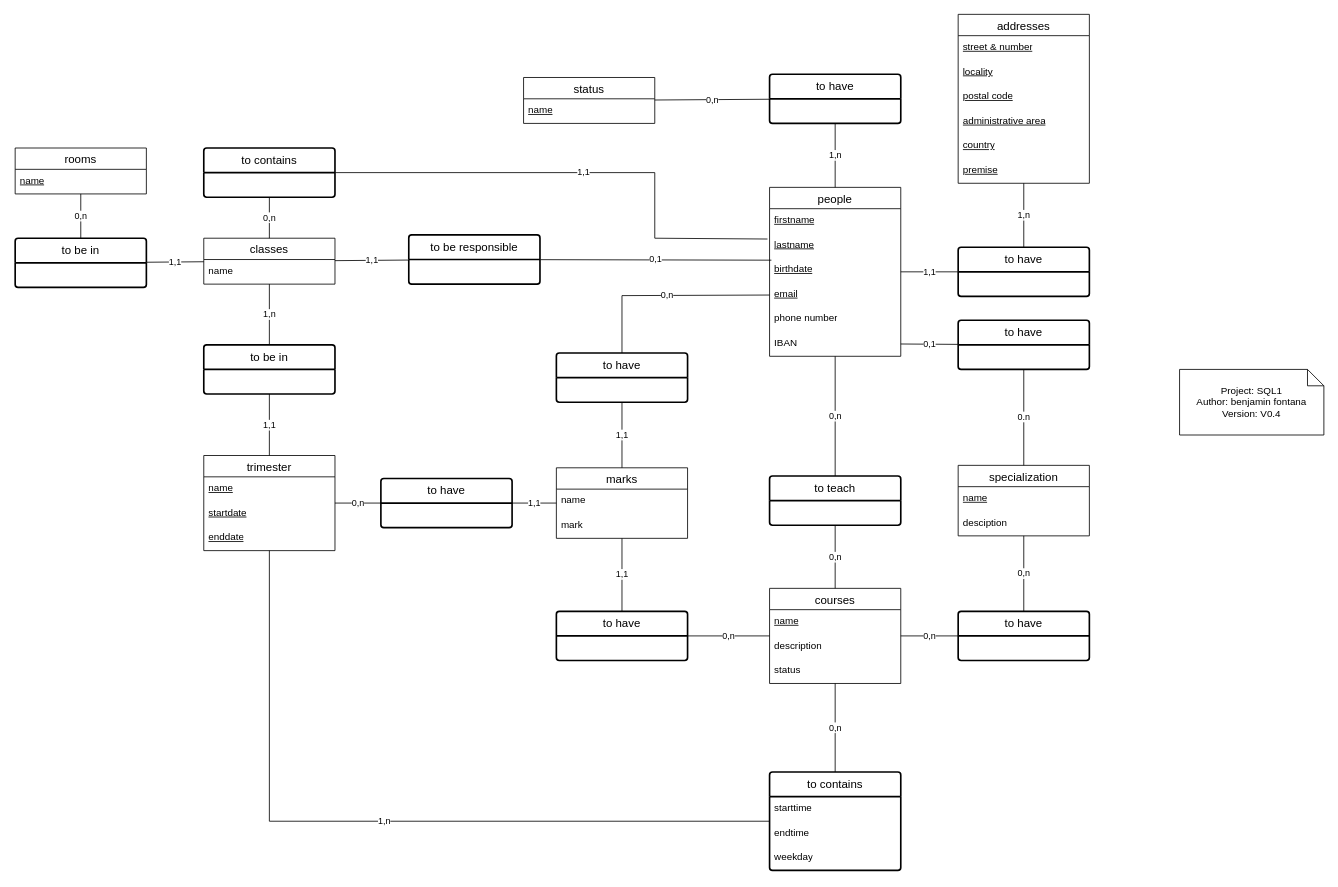
The draw.io diagram SQL1_MCD_FONTANA_Benjamin.drawio in R0kkxSynetique/SQL1, before the edit. Source tidied: cells renumbered, new cells numbered last; positions are measured from the earlier drawing's top-left corner, leaving out a move shared by most shapes. Both pictures are drawn from the tidied source at 82%, with x=0, y=0 at pixel (15, 14).
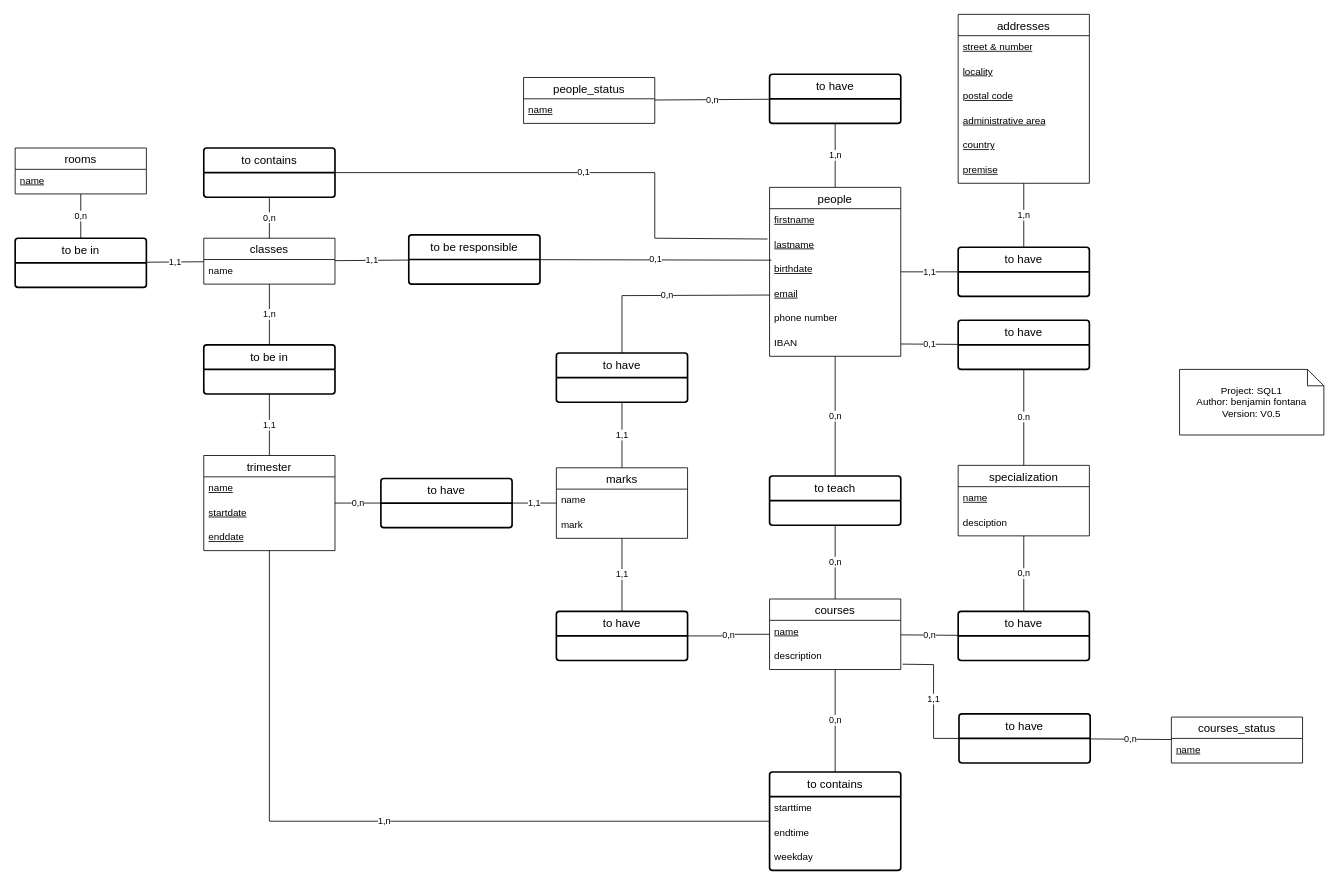
After the change.

The change refers to these unchanged cells:
```xml
<mxCell id="23" value="to contains" style="swimlane;horizontal=1;startSize=30;rounded=1;fontSize=14;fontStyle=0;strokeWidth=2;shadow=0;dashed=0;align=center;arcSize=4;whiteSpace=wrap;html=1;" parent="1" vertex="1">
  <mxGeometry x="230" y="163" width="160" height="60" as="geometry" />
</mxCell>
<mxCell id="66" value="&lt;u&gt;lastname&lt;/u&gt;" style="text;strokeColor=none;fillColor=none;spacingLeft=4;spacingRight=4;overflow=hidden;points=[[0,0.5],[1,0.5]];portConstraint=eastwest;fontSize=12;whiteSpace=wrap;html=1;" parent="64" vertex="1">
  <mxGeometry y="56" width="160" height="30" as="geometry" />
</mxCell>
```

Diff of the diagram source:
```diff
@@
     <mxCell id="2" value="courses" style="swimlane;fontStyle=0;horizontal=1;startSize=26;align=center;fontSize=14;" parent="1" vertex="1">
-      <mxGeometry x="920" y="700" width="160" height="116" as="geometry" />
+      <mxGeometry x="920" y="713" width="160" height="86" as="geometry" />
     </mxCell>
@@
-    <mxCell id="5" value="status" style="text;strokeColor=none;fillColor=none;spacingLeft=4;spacingRight=4;overflow=hidden;fontSize=12;whiteSpace=wrap;html=1;" parent="2" vertex="1">
-      <mxGeometry y="86" width="160" height="30" as="geometry" />
-    </mxCell>
@@
-    <mxCell id="22" value="1,1" style="endArrow=none;html=1;rounded=0;exitX=-0.016;exitY=0.233;exitDx=0;exitDy=0;exitPerimeter=0;" parent="1" edge="1" source="66" target="23">
+    <mxCell id="22" value="0,1" style="endArrow=none;html=1;rounded=0;exitX=-0.016;exitY=0.233;exitDx=0;exitDy=0;exitPerimeter=0;" parent="1" edge="1" source="66" target="23">
       <mxGeometry relative="1" as="geometry">
         <Array as="points">
           <mxPoint x="780" y="273" />
           <mxPoint x="780" y="193" />
         </Array>
       </mxGeometry>
     </mxCell>
@@
-    <mxCell id="59" value="Project: SQL1&lt;br&gt;Author: benjamin fontana&lt;br&gt;Version: V0.4" style="shape=note;size=20;whiteSpace=wrap;html=1;" parent="1" vertex="1">
+    <mxCell id="59" value="Project: SQL1&lt;br&gt;Author: benjamin fontana&lt;br&gt;Version: V0.5" style="shape=note;size=20;whiteSpace=wrap;html=1;" parent="1" vertex="1">
       <mxGeometry x="1420" y="433" width="176" height="80" as="geometry" />
     </mxCell>
@@
-    <mxCell id="71" value="status" style="swimlane;fontStyle=0;horizontal=1;startSize=26;align=center;fontSize=14;" parent="1" vertex="1">
+    <mxCell id="71" value="people_status" style="swimlane;fontStyle=0;horizontal=1;startSize=26;align=center;fontSize=14;" parent="1" vertex="1">
       <mxGeometry x="620" y="77" width="160" height="56" as="geometry" />
     </mxCell>
@@
+    <mxCell id="79" value="courses_status" style="swimlane;fontStyle=0;horizontal=1;startSize=26;align=center;fontSize=14;" parent="1" vertex="1">
+      <mxGeometry x="1410" y="857" width="160" height="56" as="geometry" />
+    </mxCell>
+    <mxCell id="80" value="&lt;u&gt;name&lt;/u&gt;" style="text;strokeColor=none;fillColor=none;spacingLeft=4;spacingRight=4;overflow=hidden;fontSize=12;whiteSpace=wrap;html=1;align=left;" parent="79" vertex="1">
+      <mxGeometry y="26" width="160" height="30" as="geometry" />
+    </mxCell>
+    <mxCell id="81" value="to have" style="swimlane;horizontal=1;startSize=30;rounded=1;fontSize=14;fontStyle=0;strokeWidth=2;shadow=0;dashed=0;align=center;arcSize=4;whiteSpace=wrap;html=1;" parent="1" vertex="1">
+      <mxGeometry x="1151" y="853" width="160" height="60" as="geometry" />
+    </mxCell>
+    <mxCell id="82" value="1,1" style="endArrow=none;html=1;rounded=0;entryX=1.013;entryY=0.217;entryDx=0;entryDy=0;entryPerimeter=0;" parent="1" edge="1" source="81">
+      <mxGeometry relative="1" as="geometry">
+        <mxPoint x="1082.1" y="792.5" as="targetPoint" />
+        <Array as="points">
+          <mxPoint x="1120" y="883" />
+          <mxPoint x="1120" y="793" />
+        </Array>
+      </mxGeometry>
+    </mxCell>
+    <mxCell id="83" value="0,n" style="endArrow=none;html=1;rounded=0;" parent="1" edge="1" source="79" target="81">
+      <mxGeometry relative="1" as="geometry" />
+    </mxCell>
```
